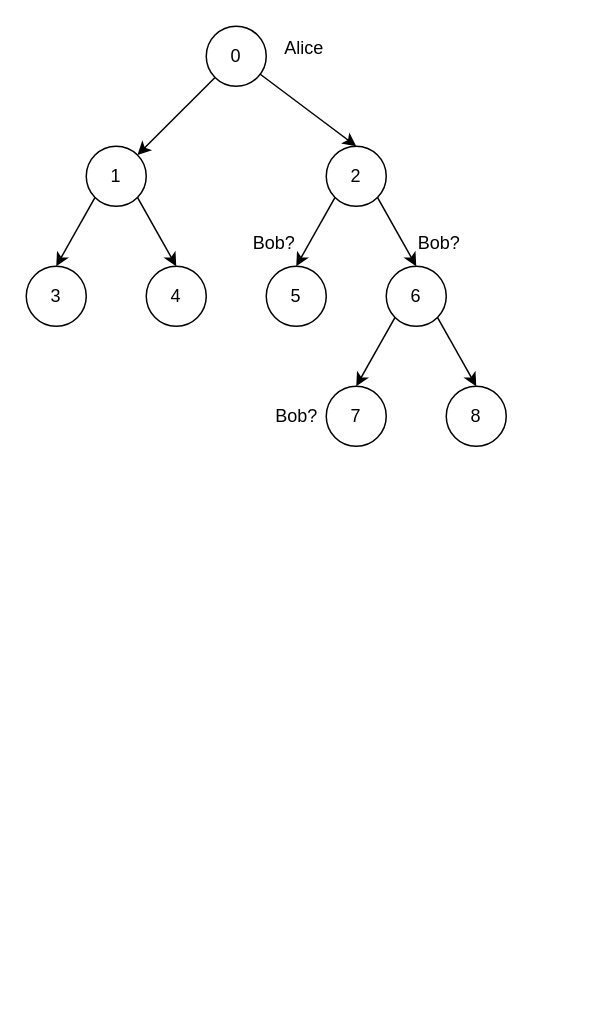
The draw.io diagram leetcode/graph.drawio in Igorok/algorithms-js, before the edit. Source tidied: cells renumbered, new cells numbered last; positions are measured from the earlier drawing's top-left corner, leaving out a move shared by most shapes. Both pictures are drawn from the tidied source at 150%, with x=0, y=0 at pixel (26, 26).
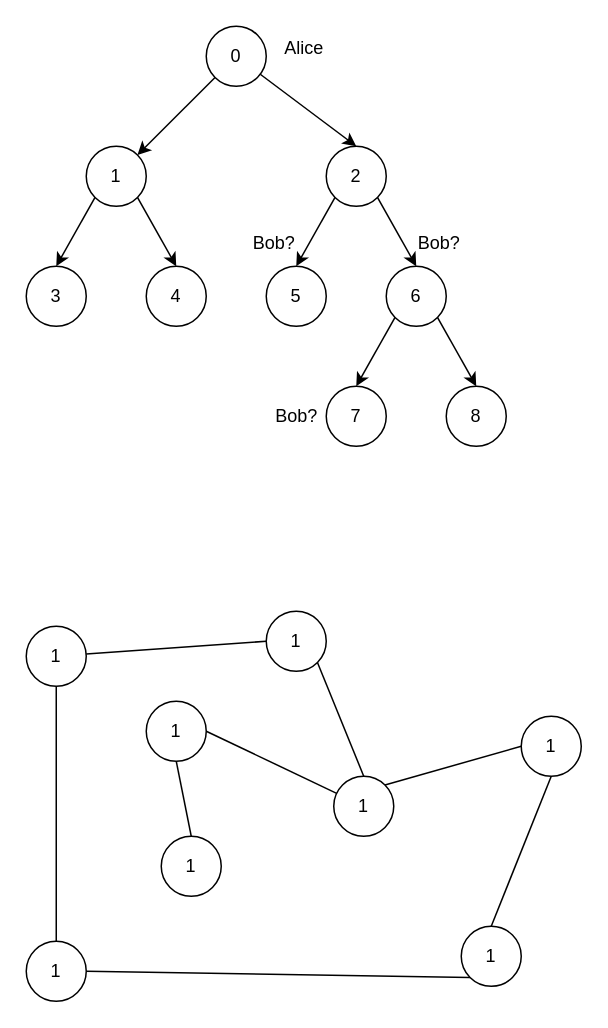
The same diagram, later.

The edit, as a diff of the source:
```diff
@@
+    <mxCell id="23" style="edgeStyle=none;html=1;entryX=0;entryY=0.5;entryDx=0;entryDy=0;endArrow=none;endFill=0;" parent="1" edge="1" source="25" target="28">
+      <mxGeometry relative="1" as="geometry" />
+    </mxCell>
+    <mxCell id="24" style="edgeStyle=none;html=1;exitX=0.5;exitY=1;exitDx=0;exitDy=0;entryX=0.5;entryY=0;entryDx=0;entryDy=0;endArrow=none;endFill=0;" parent="1" edge="1" source="25" target="30">
+      <mxGeometry relative="1" as="geometry" />
+    </mxCell>
+    <mxCell id="25" value="1" style="ellipse;whiteSpace=wrap;html=1;" parent="1" vertex="1">
+      <mxGeometry y="400" width="40" height="40" as="geometry" />
+    </mxCell>
+    <mxCell id="26" value="1" style="ellipse;whiteSpace=wrap;html=1;" parent="1" vertex="1">
+      <mxGeometry x="80" y="450" width="40" height="40" as="geometry" />
+    </mxCell>
+    <mxCell id="27" style="edgeStyle=none;html=1;exitX=1;exitY=1;exitDx=0;exitDy=0;entryX=0.5;entryY=0;entryDx=0;entryDy=0;endArrow=none;endFill=0;" parent="1" edge="1" source="28" target="33">
+      <mxGeometry relative="1" as="geometry" />
+    </mxCell>
+    <mxCell id="28" value="1" style="ellipse;whiteSpace=wrap;html=1;" parent="1" vertex="1">
+      <mxGeometry x="160" y="390" width="40" height="40" as="geometry" />
+    </mxCell>
+    <mxCell id="29" style="edgeStyle=none;html=1;exitX=1;exitY=0.5;exitDx=0;exitDy=0;entryX=0;entryY=1;entryDx=0;entryDy=0;endArrow=none;endFill=0;" parent="1" edge="1" source="30" target="36">
+      <mxGeometry relative="1" as="geometry" />
+    </mxCell>
+    <mxCell id="30" value="1" style="ellipse;whiteSpace=wrap;html=1;" parent="1" vertex="1">
+      <mxGeometry y="610" width="40" height="40" as="geometry" />
+    </mxCell>
+    <mxCell id="31" style="edgeStyle=none;html=1;entryX=1;entryY=0.5;entryDx=0;entryDy=0;endArrow=none;endFill=0;" parent="1" edge="1" source="33" target="26">
+      <mxGeometry relative="1" as="geometry" />
+    </mxCell>
+    <mxCell id="32" style="edgeStyle=none;html=1;exitX=1;exitY=0;exitDx=0;exitDy=0;entryX=0;entryY=0.5;entryDx=0;entryDy=0;endArrow=none;endFill=0;" parent="1" edge="1" source="33" target="38">
+      <mxGeometry relative="1" as="geometry" />
+    </mxCell>
+    <mxCell id="33" value="1" style="ellipse;whiteSpace=wrap;html=1;" parent="1" vertex="1">
+      <mxGeometry x="205" y="500" width="40" height="40" as="geometry" />
+    </mxCell>
+    <mxCell id="34" style="edgeStyle=none;html=1;exitX=0.5;exitY=0;exitDx=0;exitDy=0;entryX=0.5;entryY=1;entryDx=0;entryDy=0;endArrow=none;endFill=0;" parent="1" edge="1" source="35" target="26">
+      <mxGeometry relative="1" as="geometry" />
+    </mxCell>
+    <mxCell id="35" value="1" style="ellipse;whiteSpace=wrap;html=1;" parent="1" vertex="1">
+      <mxGeometry x="90" y="540" width="40" height="40" as="geometry" />
+    </mxCell>
+    <mxCell id="36" value="1" style="ellipse;whiteSpace=wrap;html=1;" parent="1" vertex="1">
+      <mxGeometry x="290" y="600" width="40" height="40" as="geometry" />
+    </mxCell>
+    <mxCell id="37" style="edgeStyle=none;html=1;exitX=0.5;exitY=1;exitDx=0;exitDy=0;entryX=0.5;entryY=0;entryDx=0;entryDy=0;endArrow=none;endFill=0;" parent="1" edge="1" source="38" target="36">
+      <mxGeometry relative="1" as="geometry" />
+    </mxCell>
+    <mxCell id="38" value="1" style="ellipse;whiteSpace=wrap;html=1;" parent="1" vertex="1">
+      <mxGeometry x="330" y="460" width="40" height="40" as="geometry" />
+    </mxCell>
```
